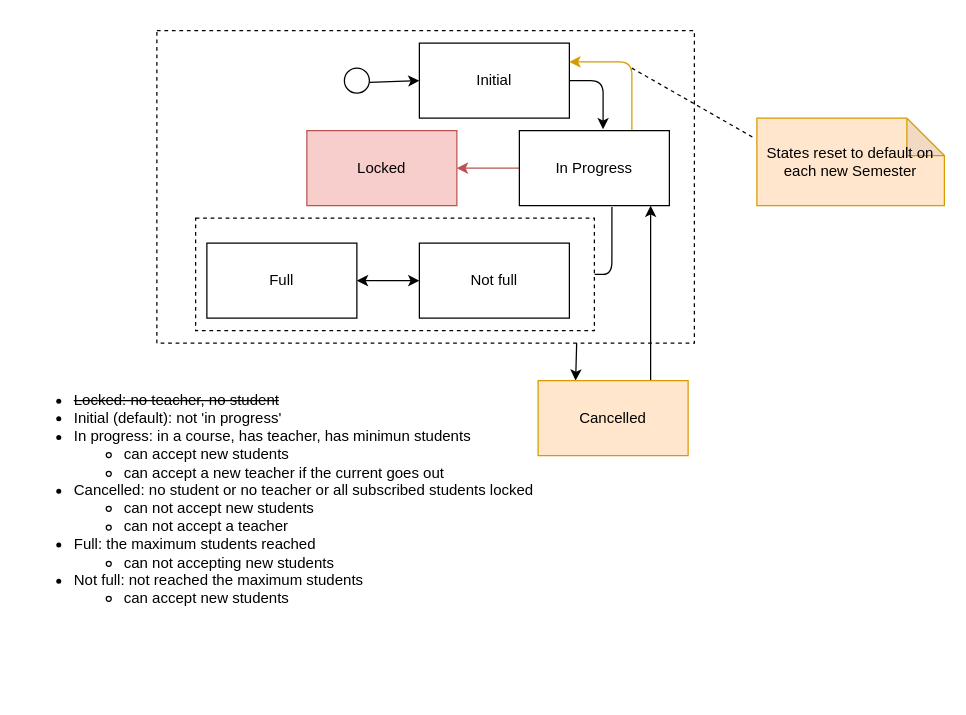
douglasdcm/tdd_detroid keeps this draw.io diagram as page "SubjectState" (6 of 12) of architecture/code_analysis_v3/components-phase1.drawio. Above is the earlier version. Source tidied: cells renumbered, new cells numbered last; positions are measured from the earlier drawing's top-left corner, leaving out a move shared by most shapes. Both pictures are drawn from the tidied source at 125%, with x=0, y=0 at pixel (21, 30).
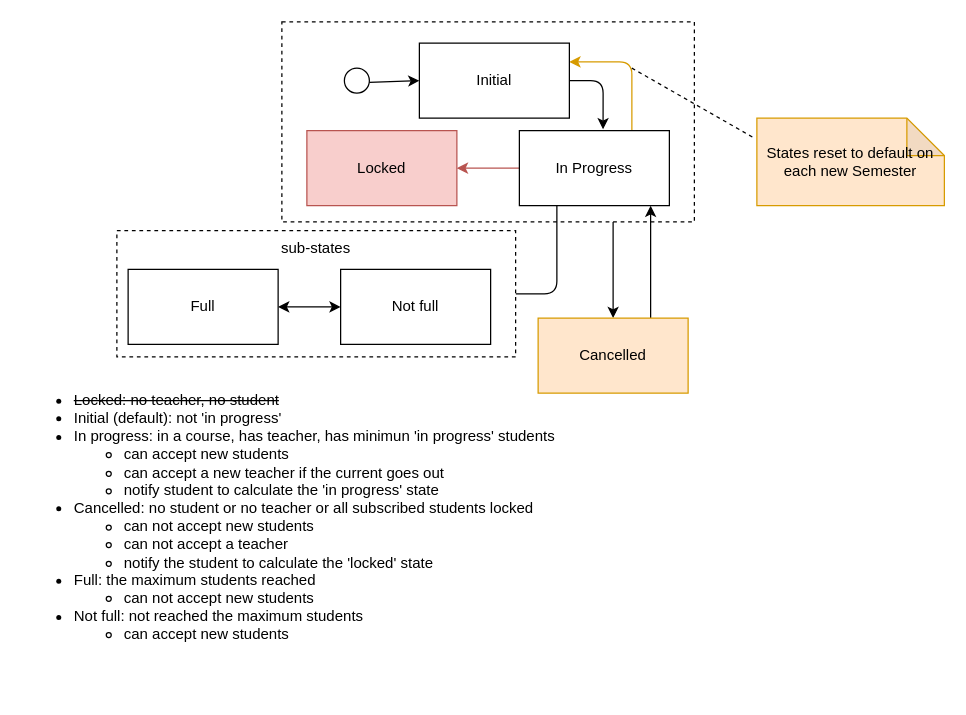
The same diagram, later.

The change refers to these unchanged cells:
```xml
<mxCell id="12" value="In Progress" style="rounded=0;whiteSpace=wrap;html=1;" parent="1" vertex="1">
  <mxGeometry x="398" y="80" width="120" height="60" as="geometry" />
</mxCell>
```

What changed in the source:
```diff
@@
     <mxCell id="3" style="rounded=0;whiteSpace=wrap;html=1;dashed=1;" parent="1" vertex="1">
-      <mxGeometry x="108" width="430" height="250" as="geometry" />
+      <mxGeometry x="208" y="-7" width="330" height="160" as="geometry" />
     </mxCell>
-    <mxCell id="4" value="&lt;ul&gt;&lt;li&gt;&lt;strike&gt;Locked: no teacher, no student&lt;/strike&gt;&lt;/li&gt;&lt;li&gt;Initial (default): not 'in progress'&lt;/li&gt;&lt;li&gt;In progress: in a course, has teacher, has minimun students&lt;/li&gt;&lt;ul&gt;&lt;li&gt;can accept new students&lt;/li&gt;&lt;li&gt;can accept a new teacher if the current goes out&lt;/li&gt;&lt;/ul&gt;&lt;li&gt;Cancelled: no student or no teacher or all subscribed students locked&lt;/li&gt;&lt;ul&gt;&lt;li&gt;can not accept new students&lt;/li&gt;&lt;li&gt;can not accept a teacher&lt;/li&gt;&lt;/ul&gt;&lt;li&gt;Full: the maximum students reached&lt;/li&gt;&lt;ul&gt;&lt;li&gt;can not accepting new students&lt;/li&gt;&lt;/ul&gt;&lt;li&gt;Not full: not reached the maximum students&lt;/li&gt;&lt;ul&gt;&lt;li&gt;can accept new students&lt;/li&gt;&lt;/ul&gt;&lt;/ul&gt;" style="text;html=1;align=left;verticalAlign=top;whiteSpace=wrap;rounded=0;" parent="1" vertex="1">
+    <mxCell id="4" value="&lt;ul&gt;&lt;li&gt;&lt;strike&gt;Locked: no teacher, no student&lt;/strike&gt;&lt;/li&gt;&lt;li&gt;Initial (default): not 'in progress'&lt;/li&gt;&lt;li&gt;In progress: in a course, has teacher, has minimun 'in progress' students&lt;/li&gt;&lt;ul&gt;&lt;li&gt;can accept new students&lt;/li&gt;&lt;li&gt;can accept a new teacher if the current goes out&lt;/li&gt;&lt;li&gt;notify student to calculate the 'in progress' state&lt;/li&gt;&lt;/ul&gt;&lt;li&gt;Cancelled: no student or no teacher or all subscribed students locked&lt;/li&gt;&lt;ul&gt;&lt;li&gt;can not accept new students&lt;/li&gt;&lt;li&gt;can not accept a teacher&lt;/li&gt;&lt;li&gt;notify the student to calculate the 'locked' state&lt;/li&gt;&lt;/ul&gt;&lt;li&gt;Full: the maximum students reached&lt;/li&gt;&lt;ul&gt;&lt;li&gt;can not accept new students&lt;/li&gt;&lt;/ul&gt;&lt;li&gt;Not full: not reached the maximum students&lt;/li&gt;&lt;ul&gt;&lt;li&gt;can accept new students&lt;/li&gt;&lt;/ul&gt;&lt;/ul&gt;" style="text;html=1;align=left;verticalAlign=top;whiteSpace=wrap;rounded=0;" parent="1" vertex="1">
       <mxGeometry y="270" width="700" height="260" as="geometry" />
     </mxCell>
-    <mxCell id="5" style="edgeStyle=none;html=1;entryX=0.25;entryY=0;entryDx=0;entryDy=0;exitX=0.781;exitY=1;exitDx=0;exitDy=0;exitPerimeter=0;" parent="1" edge="1" source="3" target="7">
+    <mxCell id="5" style="edgeStyle=none;html=1;entryX=0.5;entryY=0;entryDx=0;entryDy=0;exitX=0.803;exitY=1;exitDx=0;exitDy=0;exitPerimeter=0;" parent="1" edge="1" source="3" target="7">
       <mxGeometry relative="1" as="geometry" />
     </mxCell>
@@
     <mxCell id="7" value="Cancelled" style="rounded=0;whiteSpace=wrap;html=1;fillColor=#ffe6cc;strokeColor=#d79b00;" parent="1" vertex="1">
-      <mxGeometry x="413" y="280" width="120" height="60" as="geometry" />
+      <mxGeometry x="413" y="230" width="120" height="60" as="geometry" />
     </mxCell>
@@
-    <mxCell id="10" style="edgeStyle=orthogonalEdgeStyle;html=1;entryX=1;entryY=0.5;entryDx=0;entryDy=0;elbow=vertical;exitX=0.617;exitY=1.017;exitDx=0;exitDy=0;exitPerimeter=0;endArrow=none;endFill=0;" parent="1" edge="1" source="12" target="15">
+    <mxCell id="10" style="edgeStyle=orthogonalEdgeStyle;html=1;entryX=1;entryY=0.5;entryDx=0;entryDy=0;elbow=vertical;exitX=0.25;exitY=1;exitDx=0;exitDy=0;endArrow=none;endFill=0;" parent="1" edge="1" source="12" target="15">
       <mxGeometry relative="1" as="geometry" />
     </mxCell>
@@
-    <mxCell id="15" style="rounded=0;whiteSpace=wrap;html=1;dashed=1;" parent="1" vertex="1">
-      <mxGeometry x="139" y="150" width="319" height="90" as="geometry" />
+    <mxCell id="15" value="sub-states" style="rounded=0;whiteSpace=wrap;html=1;dashed=1;verticalAlign=top;" parent="1" vertex="1">
+      <mxGeometry x="76" y="160" width="319" height="101" as="geometry" />
     </mxCell>
     <mxCell id="16" value="Full" style="rounded=0;whiteSpace=wrap;html=1;" parent="1" vertex="1">
-      <mxGeometry x="148" y="170" width="120" height="60" as="geometry" />
+      <mxGeometry x="85" y="191" width="120" height="60" as="geometry" />
     </mxCell>
@@
     <mxCell id="18" value="Not full" style="rounded=0;whiteSpace=wrap;html=1;" parent="1" vertex="1">
-      <mxGeometry x="318" y="170" width="120" height="60" as="geometry" />
+      <mxGeometry x="255" y="191" width="120" height="60" as="geometry" />
     </mxCell>
```
